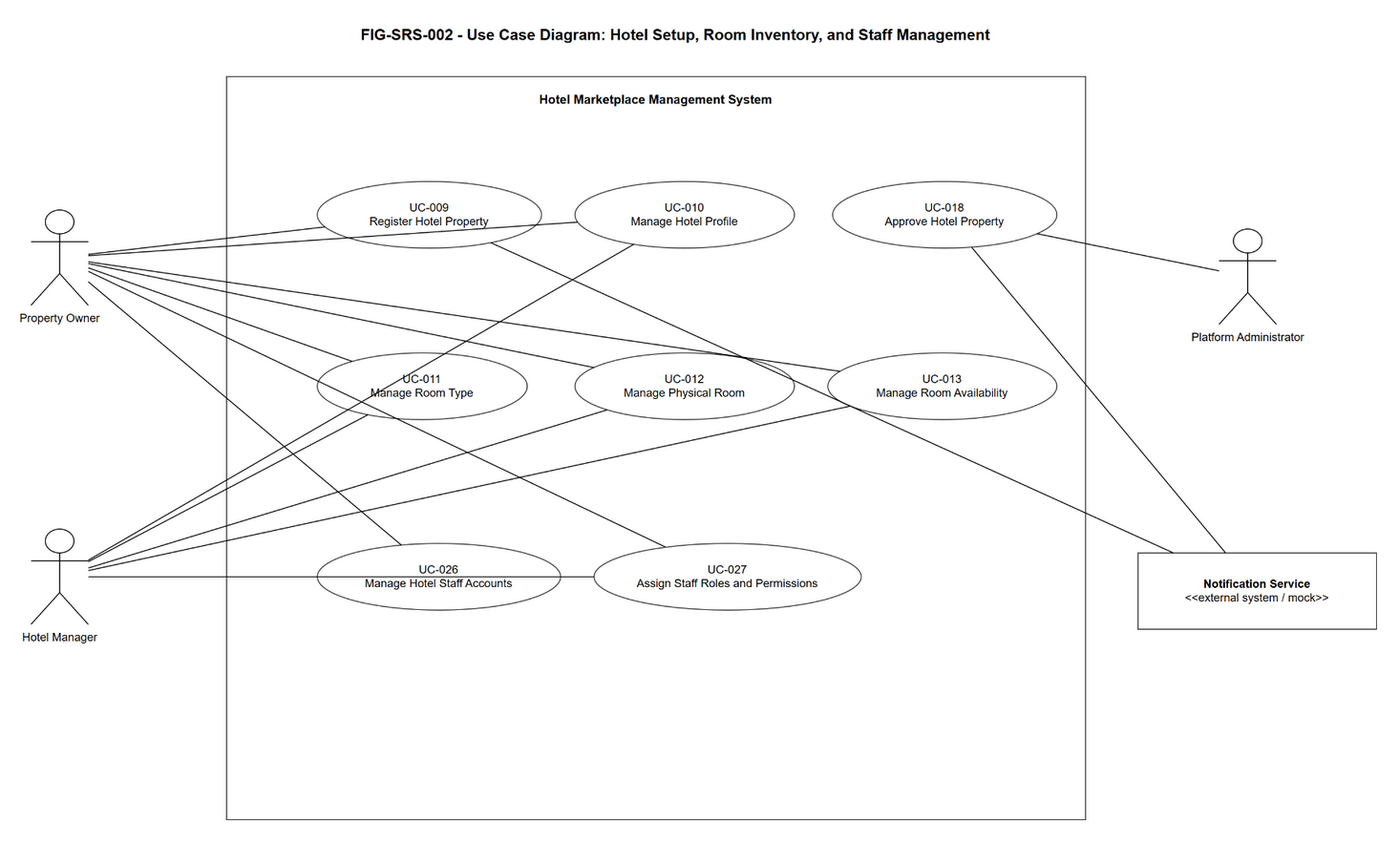
The draw.io diagram diagrams/png/FIG-SRS-002_use_case_hotel_setup_inventory_staff.png in thaideptrai218/hotel-management-system-srs, before a commit. Source tidied: cells renumbered, new cells last; positions are measured from the earlier drawing's top-left corner, leaving out a move shared by most shapes. Source of this version:
```xml
<mxGraphModel>
  <root>
    <mxCell id="0" />
    <mxCell id="1" parent="0" />
    <mxCell id="2" value="FIG-SRS-002 - Use Case Diagram: Hotel Setup, Room Inventory, and Staff Management" style="text;html=1;strokeColor=none;fillColor=none;fontSize=16;fontStyle=1;align=center;" parent="1" vertex="1">
      <mxGeometry x="205" width="940" height="40" as="geometry" />
    </mxCell>
    <mxCell id="3" value="Hotel Marketplace Management System" style="rounded=0;whiteSpace=wrap;html=1;fillColor=none;strokeColor=#333333;strokeWidth=1;fontSize=13;fontStyle=1;verticalAlign=top;align=center;spacingTop=10;" parent="1" vertex="1">
      <mxGeometry x="205" y="60" width="900" height="780" as="geometry" />
    </mxCell>
    <mxCell id="4" value="Property Owner" style="shape=umlActor;verticalLabelPosition=bottom;verticalAlign=top;html=1;outlineConnect=0;fontSize=12;" parent="1" vertex="1">
      <mxGeometry y="200" width="60" height="100" as="geometry" />
    </mxCell>
    <mxCell id="5" value="Hotel Manager" style="shape=umlActor;verticalLabelPosition=bottom;verticalAlign=top;html=1;outlineConnect=0;fontSize=12;" parent="1" vertex="1">
      <mxGeometry y="535" width="60" height="100" as="geometry" />
    </mxCell>
    <mxCell id="6" value="Platform Administrator" style="shape=umlActor;verticalLabelPosition=bottom;verticalAlign=top;html=1;outlineConnect=0;fontSize=12;" parent="1" vertex="1">
      <mxGeometry x="1245" y="220" width="60" height="100" as="geometry" />
    </mxCell>
    <mxCell id="7" value="&lt;b&gt;Notification Service&lt;/b&gt;&lt;br&gt;&amp;lt;&amp;lt;external system / mock&amp;gt;&amp;gt;" style="rounded=0;whiteSpace=wrap;html=1;fillColor=#ffffff;strokeColor=#333333;fontSize=12;align=center;verticalAlign=middle;" parent="1" vertex="1">
      <mxGeometry x="1160" y="560" width="250" height="80" as="geometry" />
    </mxCell>
    <mxCell id="8" value="UC-009&#10;Register Hotel Property" style="ellipse;whiteSpace=wrap;html=1;fillColor=#ffffff;strokeColor=#333333;fontSize=12;" parent="3" vertex="1">
      <mxGeometry x="95" y="110" width="235" height="70" as="geometry" />
    </mxCell>
    <mxCell id="9" value="UC-010&#10;Manage Hotel Profile" style="ellipse;whiteSpace=wrap;html=1;fillColor=#ffffff;strokeColor=#333333;fontSize=12;" parent="3" vertex="1">
      <mxGeometry x="365" y="110" width="230" height="70" as="geometry" />
    </mxCell>
    <mxCell id="10" value="UC-011&#10;Manage Room Type" style="ellipse;whiteSpace=wrap;html=1;fillColor=#ffffff;strokeColor=#333333;fontSize=12;" parent="3" vertex="1">
      <mxGeometry x="95" y="290" width="220" height="70" as="geometry" />
    </mxCell>
    <mxCell id="11" value="UC-012&#10;Manage Physical Room" style="ellipse;whiteSpace=wrap;html=1;fillColor=#ffffff;strokeColor=#333333;fontSize=12;" parent="3" vertex="1">
      <mxGeometry x="365" y="290" width="230" height="70" as="geometry" />
    </mxCell>
    <mxCell id="12" value="UC-013&#10;Manage Room Availability" style="ellipse;whiteSpace=wrap;html=1;fillColor=#ffffff;strokeColor=#333333;fontSize=12;" parent="3" vertex="1">
      <mxGeometry x="630" y="290" width="240" height="70" as="geometry" />
    </mxCell>
    <mxCell id="13" value="UC-026&#10;Manage Hotel Staff Accounts" style="ellipse;whiteSpace=wrap;html=1;fillColor=#ffffff;strokeColor=#333333;fontSize=12;" parent="3" vertex="1">
      <mxGeometry x="95" y="490" width="255" height="70" as="geometry" />
    </mxCell>
    <mxCell id="14" value="UC-027&#10;Assign Staff Roles and Permissions" style="ellipse;whiteSpace=wrap;html=1;fillColor=#ffffff;strokeColor=#333333;fontSize=12;" parent="3" vertex="1">
      <mxGeometry x="385" y="490" width="280" height="70" as="geometry" />
    </mxCell>
    <mxCell id="15" value="UC-018&#10;Approve Hotel Property" style="ellipse;whiteSpace=wrap;html=1;fillColor=#ffffff;strokeColor=#333333;fontSize=12;" parent="3" vertex="1">
      <mxGeometry x="635" y="110" width="235" height="70" as="geometry" />
    </mxCell>
    <mxCell id="16" style="endArrow=none;html=1;rounded=0;" parent="1" edge="1" source="4" target="8">
      <mxGeometry relative="1" as="geometry" />
    </mxCell>
    <mxCell id="17" style="endArrow=none;html=1;rounded=0;" parent="1" edge="1" source="4" target="9">
      <mxGeometry relative="1" as="geometry" />
    </mxCell>
    <mxCell id="18" style="endArrow=none;html=1;rounded=0;" parent="1" edge="1" source="4" target="10">
      <mxGeometry relative="1" as="geometry" />
    </mxCell>
    <mxCell id="19" style="endArrow=none;html=1;rounded=0;" parent="1" edge="1" source="4" target="11">
      <mxGeometry relative="1" as="geometry" />
    </mxCell>
    <mxCell id="20" style="endArrow=none;html=1;rounded=0;" parent="1" edge="1" source="4" target="12">
      <mxGeometry relative="1" as="geometry" />
    </mxCell>
    <mxCell id="21" style="endArrow=none;html=1;rounded=0;" parent="1" edge="1" source="4" target="13">
      <mxGeometry relative="1" as="geometry" />
    </mxCell>
    <mxCell id="22" style="endArrow=none;html=1;rounded=0;" parent="1" edge="1" source="4" target="14">
      <mxGeometry relative="1" as="geometry" />
    </mxCell>
    <mxCell id="23" style="endArrow=none;html=1;rounded=0;" parent="1" edge="1" source="5" target="9">
      <mxGeometry relative="1" as="geometry" />
    </mxCell>
    <mxCell id="24" style="endArrow=none;html=1;rounded=0;" parent="1" edge="1" source="5" target="10">
      <mxGeometry relative="1" as="geometry" />
    </mxCell>
    <mxCell id="25" style="endArrow=none;html=1;rounded=0;" parent="1" edge="1" source="5" target="11">
      <mxGeometry relative="1" as="geometry" />
    </mxCell>
    <mxCell id="26" style="endArrow=none;html=1;rounded=0;" parent="1" edge="1" source="5" target="12">
      <mxGeometry relative="1" as="geometry" />
    </mxCell>
    <mxCell id="27" style="endArrow=none;html=1;rounded=0;" parent="1" edge="1" source="5" target="13">
      <mxGeometry relative="1" as="geometry" />
    </mxCell>
    <mxCell id="28" style="endArrow=none;html=1;rounded=0;" parent="1" edge="1" source="5" target="14">
      <mxGeometry relative="1" as="geometry" />
    </mxCell>
    <mxCell id="29" style="endArrow=none;html=1;rounded=0;" parent="1" edge="1" source="6" target="15">
      <mxGeometry relative="1" as="geometry" />
    </mxCell>
    <mxCell id="30" style="endArrow=none;html=1;rounded=0;" parent="1" edge="1" source="7" target="8">
      <mxGeometry relative="1" as="geometry" />
    </mxCell>
    <mxCell id="31" style="endArrow=none;html=1;rounded=0;" parent="1" edge="1" source="7" target="15">
      <mxGeometry relative="1" as="geometry" />
    </mxCell>
  </root>
</mxGraphModel>
```
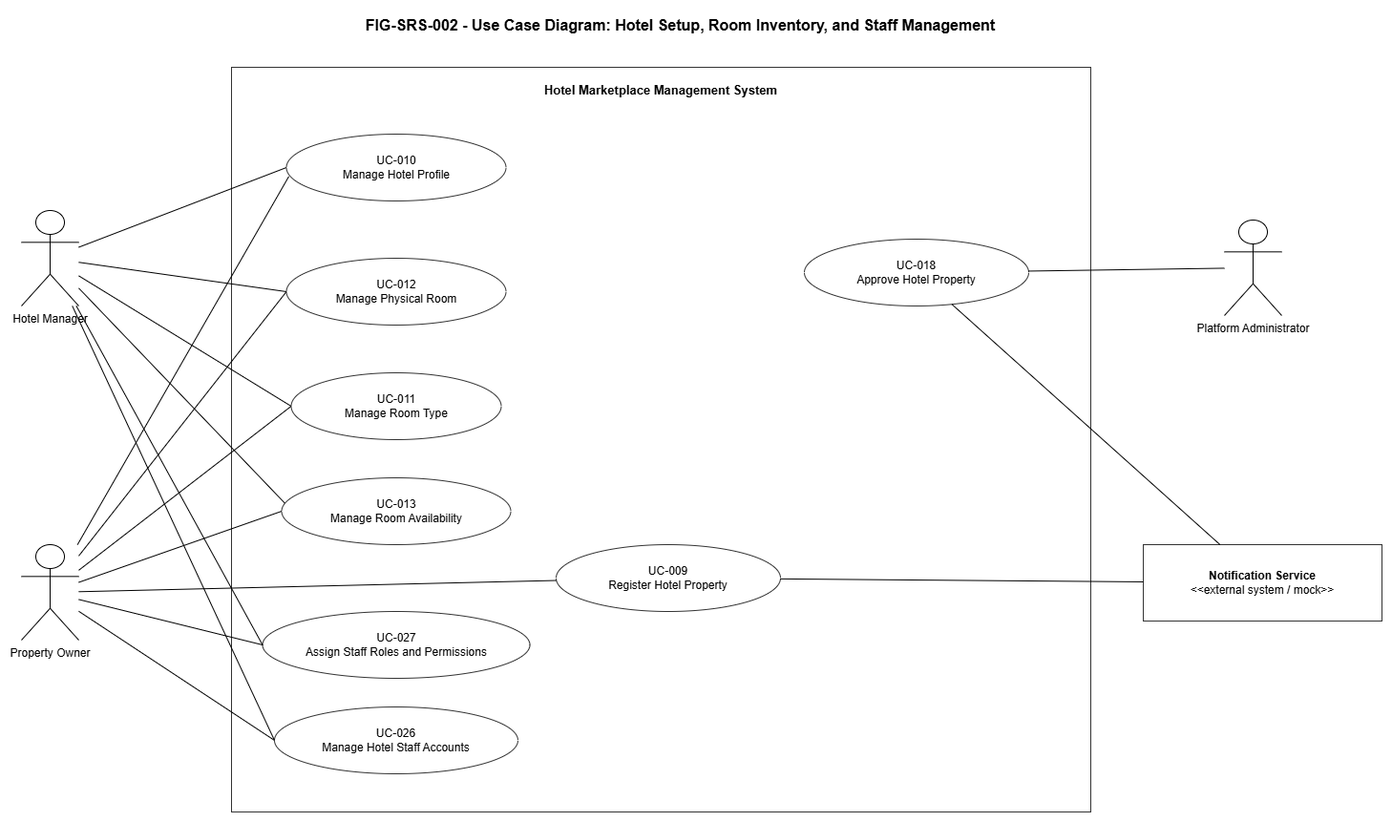
After the commit.

The edit, as a diff of the source:
```diff
@@ -8,79 +8,79 @@
     <mxCell id="3" value="Hotel Marketplace Management System" style="rounded=0;whiteSpace=wrap;html=1;fillColor=none;strokeColor=#333333;strokeWidth=1;fontSize=13;fontStyle=1;verticalAlign=top;align=center;spacingTop=10;" parent="1" vertex="1">
       <mxGeometry x="205" y="60" width="900" height="780" as="geometry" />
     </mxCell>
-    <mxCell id="4" value="Property Owner" style="shape=umlActor;verticalLabelPosition=bottom;verticalAlign=top;html=1;outlineConnect=0;fontSize=12;" parent="1" vertex="1">
-      <mxGeometry y="200" width="60" height="100" as="geometry" />
-    </mxCell>
-    <mxCell id="5" value="Hotel Manager" style="shape=umlActor;verticalLabelPosition=bottom;verticalAlign=top;html=1;outlineConnect=0;fontSize=12;" parent="1" vertex="1">
-      <mxGeometry y="535" width="60" height="100" as="geometry" />
-    </mxCell>
-    <mxCell id="6" value="Platform Administrator" style="shape=umlActor;verticalLabelPosition=bottom;verticalAlign=top;html=1;outlineConnect=0;fontSize=12;" parent="1" vertex="1">
-      <mxGeometry x="1245" y="220" width="60" height="100" as="geometry" />
-    </mxCell>
-    <mxCell id="7" value="&lt;b&gt;Notification Service&lt;/b&gt;&lt;br&gt;&amp;lt;&amp;lt;external system / mock&amp;gt;&amp;gt;" style="rounded=0;whiteSpace=wrap;html=1;fillColor=#ffffff;strokeColor=#333333;fontSize=12;align=center;verticalAlign=middle;" parent="1" vertex="1">
-      <mxGeometry x="1160" y="560" width="250" height="80" as="geometry" />
-    </mxCell>
     <mxCell id="8" value="UC-009&#10;Register Hotel Property" style="ellipse;whiteSpace=wrap;html=1;fillColor=#ffffff;strokeColor=#333333;fontSize=12;" parent="3" vertex="1">
-      <mxGeometry x="95" y="110" width="235" height="70" as="geometry" />
+      <mxGeometry x="340" y="500" width="235" height="70" as="geometry" />
     </mxCell>
     <mxCell id="9" value="UC-010&#10;Manage Hotel Profile" style="ellipse;whiteSpace=wrap;html=1;fillColor=#ffffff;strokeColor=#333333;fontSize=12;" parent="3" vertex="1">
-      <mxGeometry x="365" y="110" width="230" height="70" as="geometry" />
+      <mxGeometry x="57.5" y="70" width="230" height="70" as="geometry" />
     </mxCell>
     <mxCell id="10" value="UC-011&#10;Manage Room Type" style="ellipse;whiteSpace=wrap;html=1;fillColor=#ffffff;strokeColor=#333333;fontSize=12;" parent="3" vertex="1">
-      <mxGeometry x="95" y="290" width="220" height="70" as="geometry" />
+      <mxGeometry x="62.5" y="320" width="220" height="70" as="geometry" />
     </mxCell>
     <mxCell id="11" value="UC-012&#10;Manage Physical Room" style="ellipse;whiteSpace=wrap;html=1;fillColor=#ffffff;strokeColor=#333333;fontSize=12;" parent="3" vertex="1">
-      <mxGeometry x="365" y="290" width="230" height="70" as="geometry" />
+      <mxGeometry x="57.5" y="200" width="230" height="70" as="geometry" />
     </mxCell>
     <mxCell id="12" value="UC-013&#10;Manage Room Availability" style="ellipse;whiteSpace=wrap;html=1;fillColor=#ffffff;strokeColor=#333333;fontSize=12;" parent="3" vertex="1">
-      <mxGeometry x="630" y="290" width="240" height="70" as="geometry" />
+      <mxGeometry x="52.5" y="430" width="240" height="70" as="geometry" />
     </mxCell>
     <mxCell id="13" value="UC-026&#10;Manage Hotel Staff Accounts" style="ellipse;whiteSpace=wrap;html=1;fillColor=#ffffff;strokeColor=#333333;fontSize=12;" parent="3" vertex="1">
-      <mxGeometry x="95" y="490" width="255" height="70" as="geometry" />
+      <mxGeometry x="45" y="670" width="255" height="70" as="geometry" />
     </mxCell>
     <mxCell id="14" value="UC-027&#10;Assign Staff Roles and Permissions" style="ellipse;whiteSpace=wrap;html=1;fillColor=#ffffff;strokeColor=#333333;fontSize=12;" parent="3" vertex="1">
-      <mxGeometry x="385" y="490" width="280" height="70" as="geometry" />
+      <mxGeometry x="32.5" y="570" width="280" height="70" as="geometry" />
     </mxCell>
     <mxCell id="15" value="UC-018&#10;Approve Hotel Property" style="ellipse;whiteSpace=wrap;html=1;fillColor=#ffffff;strokeColor=#333333;fontSize=12;" parent="3" vertex="1">
-      <mxGeometry x="635" y="110" width="235" height="70" as="geometry" />
+      <mxGeometry x="600" y="180" width="235" height="70" as="geometry" />
     </mxCell>
+    <mxCell id="4" value="Property Owner" style="shape=umlActor;verticalLabelPosition=bottom;verticalAlign=top;html=1;outlineConnect=0;fontSize=12;" parent="1" vertex="1">
+      <mxGeometry x="-15" y="560" width="60" height="100" as="geometry" />
+    </mxCell>
+    <mxCell id="5" value="Hotel Manager" style="shape=umlActor;verticalLabelPosition=bottom;verticalAlign=top;html=1;outlineConnect=0;fontSize=12;" parent="1" vertex="1">
+      <mxGeometry x="-15" y="210" width="60" height="100" as="geometry" />
+    </mxCell>
+    <mxCell id="6" value="Platform Administrator" style="shape=umlActor;verticalLabelPosition=bottom;verticalAlign=top;html=1;outlineConnect=0;fontSize=12;" parent="1" vertex="1">
+      <mxGeometry x="1245" y="220" width="60" height="100" as="geometry" />
+    </mxCell>
+    <mxCell id="7" value="&lt;b&gt;Notification Service&lt;/b&gt;&lt;br&gt;&amp;lt;&amp;lt;external system / mock&amp;gt;&amp;gt;" style="rounded=0;whiteSpace=wrap;html=1;fillColor=#ffffff;strokeColor=#333333;fontSize=12;align=center;verticalAlign=middle;" parent="1" vertex="1">
+      <mxGeometry x="1160" y="560" width="250" height="80" as="geometry" />
+    </mxCell>
     <mxCell id="16" style="endArrow=none;html=1;rounded=0;" parent="1" edge="1" source="4" target="8">
       <mxGeometry relative="1" as="geometry" />
     </mxCell>
-    <mxCell id="17" style="endArrow=none;html=1;rounded=0;" parent="1" edge="1" source="4" target="9">
+    <mxCell id="17" style="endArrow=none;html=1;rounded=0;entryX=0.011;entryY=0.633;entryDx=0;entryDy=0;entryPerimeter=0;" parent="1" edge="1" source="4" target="9">
       <mxGeometry relative="1" as="geometry" />
     </mxCell>
-    <mxCell id="18" style="endArrow=none;html=1;rounded=0;" parent="1" edge="1" source="4" target="10">
+    <mxCell id="18" style="endArrow=none;html=1;rounded=0;entryX=0;entryY=0.5;entryDx=0;entryDy=0;" parent="1" edge="1" source="4" target="10">
       <mxGeometry relative="1" as="geometry" />
     </mxCell>
-    <mxCell id="19" style="endArrow=none;html=1;rounded=0;" parent="1" edge="1" source="4" target="11">
+    <mxCell id="19" style="endArrow=none;html=1;rounded=0;entryX=0;entryY=0.5;entryDx=0;entryDy=0;" parent="1" edge="1" source="4" target="11">
       <mxGeometry relative="1" as="geometry" />
     </mxCell>
-    <mxCell id="20" style="endArrow=none;html=1;rounded=0;" parent="1" edge="1" source="4" target="12">
+    <mxCell id="20" style="endArrow=none;html=1;rounded=0;entryX=0;entryY=0.5;entryDx=0;entryDy=0;" parent="1" edge="1" source="4" target="12">
       <mxGeometry relative="1" as="geometry" />
     </mxCell>
-    <mxCell id="21" style="endArrow=none;html=1;rounded=0;" parent="1" edge="1" source="4" target="13">
+    <mxCell id="21" style="endArrow=none;html=1;rounded=0;entryX=0;entryY=0.5;entryDx=0;entryDy=0;" parent="1" edge="1" source="4" target="13">
       <mxGeometry relative="1" as="geometry" />
     </mxCell>
-    <mxCell id="22" style="endArrow=none;html=1;rounded=0;" parent="1" edge="1" source="4" target="14">
+    <mxCell id="22" style="endArrow=none;html=1;rounded=0;entryX=0;entryY=0.5;entryDx=0;entryDy=0;" parent="1" edge="1" source="4" target="14">
       <mxGeometry relative="1" as="geometry" />
     </mxCell>
-    <mxCell id="23" style="endArrow=none;html=1;rounded=0;" parent="1" edge="1" source="5" target="9">
+    <mxCell id="23" style="endArrow=none;html=1;rounded=0;entryX=0;entryY=0.5;entryDx=0;entryDy=0;" parent="1" edge="1" source="5" target="9">
       <mxGeometry relative="1" as="geometry" />
     </mxCell>
-    <mxCell id="24" style="endArrow=none;html=1;rounded=0;" parent="1" edge="1" source="5" target="10">
+    <mxCell id="24" style="endArrow=none;html=1;rounded=0;entryX=0;entryY=0.5;entryDx=0;entryDy=0;" parent="1" edge="1" source="5" target="10">
       <mxGeometry relative="1" as="geometry" />
     </mxCell>
-    <mxCell id="25" style="endArrow=none;html=1;rounded=0;" parent="1" edge="1" source="5" target="11">
+    <mxCell id="25" style="endArrow=none;html=1;rounded=0;entryX=0;entryY=0.5;entryDx=0;entryDy=0;" parent="1" edge="1" source="5" target="11">
       <mxGeometry relative="1" as="geometry" />
     </mxCell>
-    <mxCell id="26" style="endArrow=none;html=1;rounded=0;" parent="1" edge="1" source="5" target="12">
+    <mxCell id="26" style="endArrow=none;html=1;rounded=0;entryX=0.014;entryY=0.38;entryDx=0;entryDy=0;entryPerimeter=0;" parent="1" edge="1" source="5" target="12">
       <mxGeometry relative="1" as="geometry" />
     </mxCell>
-    <mxCell id="27" style="endArrow=none;html=1;rounded=0;" parent="1" edge="1" source="5" target="13">
+    <mxCell id="27" style="endArrow=none;html=1;rounded=0;entryX=0;entryY=0.5;entryDx=0;entryDy=0;" parent="1" edge="1" source="5" target="13">
       <mxGeometry relative="1" as="geometry" />
     </mxCell>
-    <mxCell id="28" style="endArrow=none;html=1;rounded=0;" parent="1" edge="1" source="5" target="14">
+    <mxCell id="28" style="endArrow=none;html=1;rounded=0;entryX=0;entryY=0.5;entryDx=0;entryDy=0;" parent="1" edge="1" source="5" target="14">
       <mxGeometry relative="1" as="geometry" />
     </mxCell>
     <mxCell id="29" style="endArrow=none;html=1;rounded=0;" parent="1" edge="1" source="6" target="15">
```
